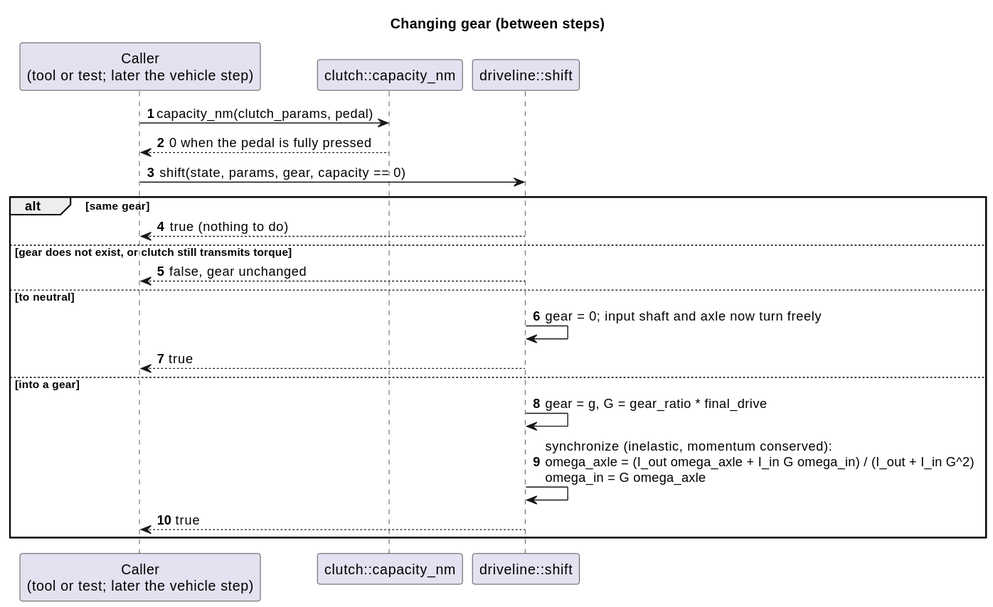
Before: docs/diagrams/svg/gear_shift_sequence.svg, a diagram exported from PlantUML (wversteeg/TractorPulling).
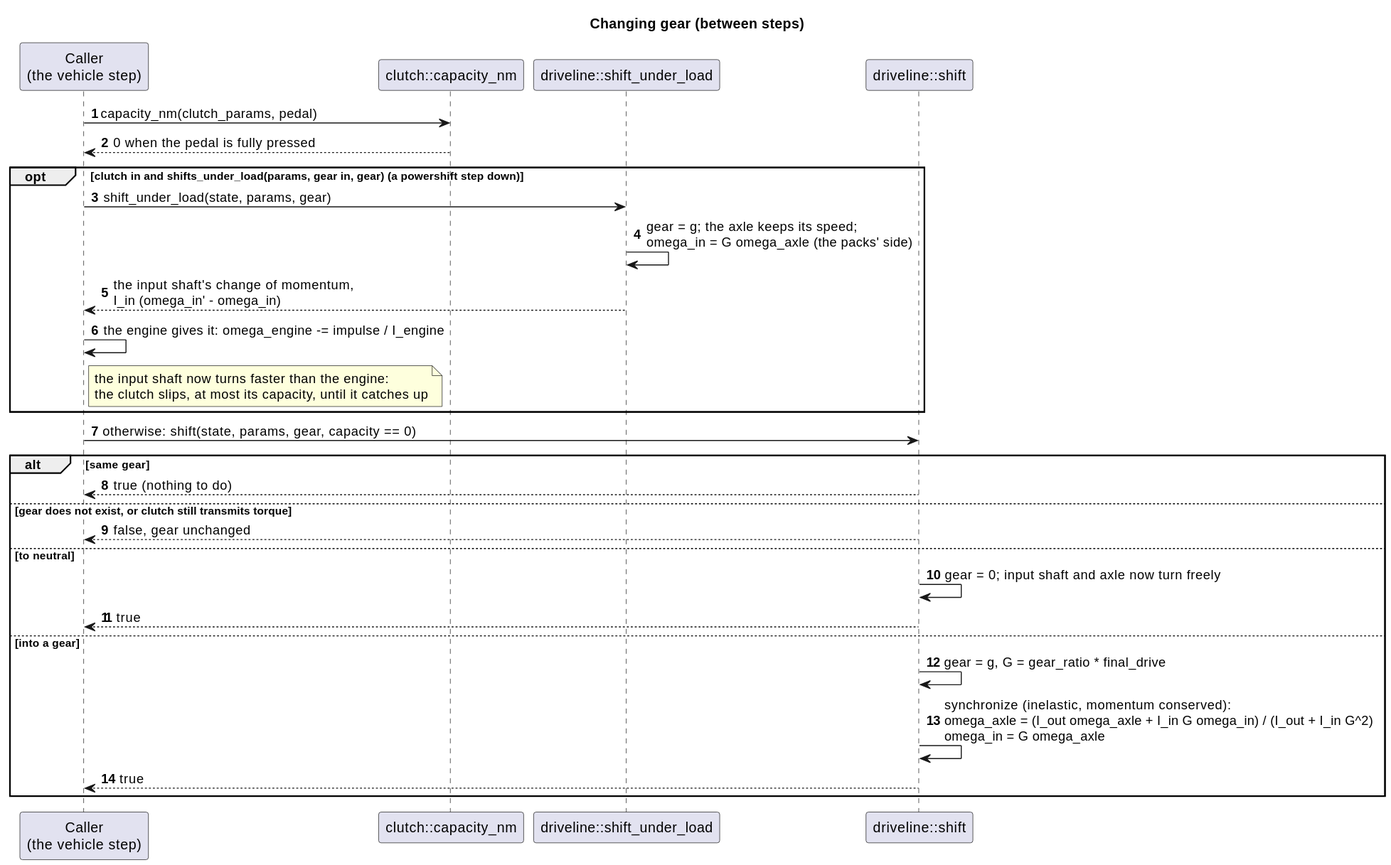
Above is the later version.

The edit, as a diff of the source:
```diff
@@ -1,13 +1,21 @@
 @startuml
 title Changing gear (between steps)
 autonumber
-participant "Caller\n(tool or test; later the vehicle step)" as Caller
+participant "Caller\n(the vehicle step)" as Caller
 participant "clutch::capacity_nm" as Capacity
+participant "driveline::shift_under_load" as Load
 participant "driveline::shift" as Shift
 
 Caller -> Capacity : capacity_nm(clutch_params, pedal)
 Capacity --> Caller : 0 when the pedal is fully pressed
-Caller -> Shift : shift(state, params, gear, capacity == 0)
+opt clutch in and shifts_under_load(params, gear in, gear) (a powershift step down)
+  Caller -> Load : shift_under_load(state, params, gear)
+  Load -> Load : gear = g; the axle keeps its speed;\nomega_in = G omega_axle (the packs' side)
+  Load --> Caller : the input shaft's change of momentum,\nI_in (omega_in' - omega_in)
+  Caller -> Caller : the engine gives it: omega_engine -= impulse / I_engine
+  note right of Caller : the input shaft now turns faster than the engine:\nthe clutch slips, at most its capacity, until it catches up
+end
+Caller -> Shift : otherwise: shift(state, params, gear, capacity == 0)
 alt same gear
   Shift --> Caller : true (nothing to do)
 else gear does not exist, or clutch still transmits torque
```
